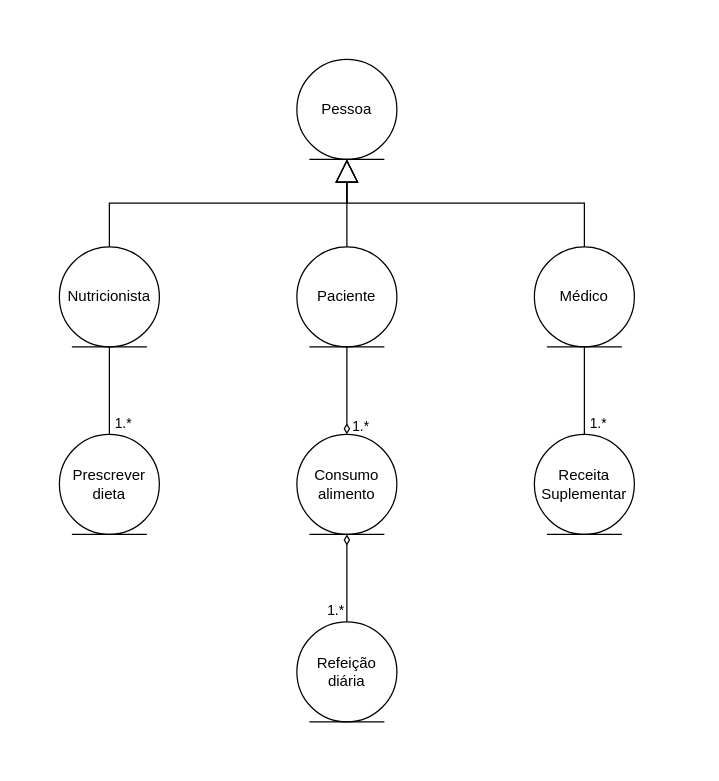
This is diagrama_conceitual.drawio from GabrielSilvaRodrigues/delimeter_app, a draw.io file, before an edit. Source tidied: cells renumbered, new cells numbered last; positions are measured from the earlier drawing's top-left corner, leaving out a move shared by most shapes. Both pictures are drawn from the tidied source at 125%, with x=0, y=0 at pixel (59, 59).
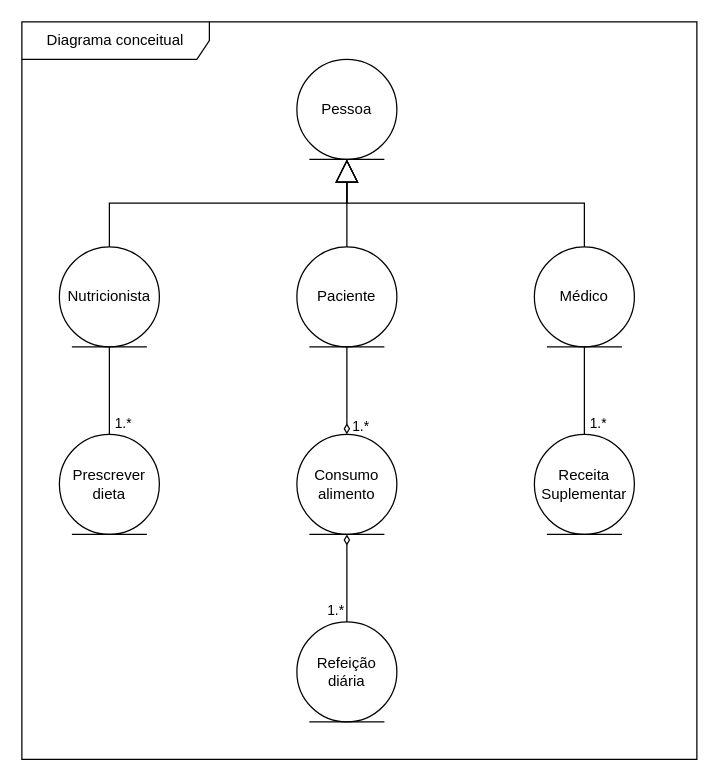
The same page after the edit.

What changed in the source:
```diff
@@
+    <mxCell id="21" value="Diagrama conceitual" style="shape=umlFrame;whiteSpace=wrap;html=1;width=150;height=30;" parent="1" vertex="1">
+      <mxGeometry x="-30" y="-30" width="540" height="590" as="geometry" />
+    </mxCell>
```
